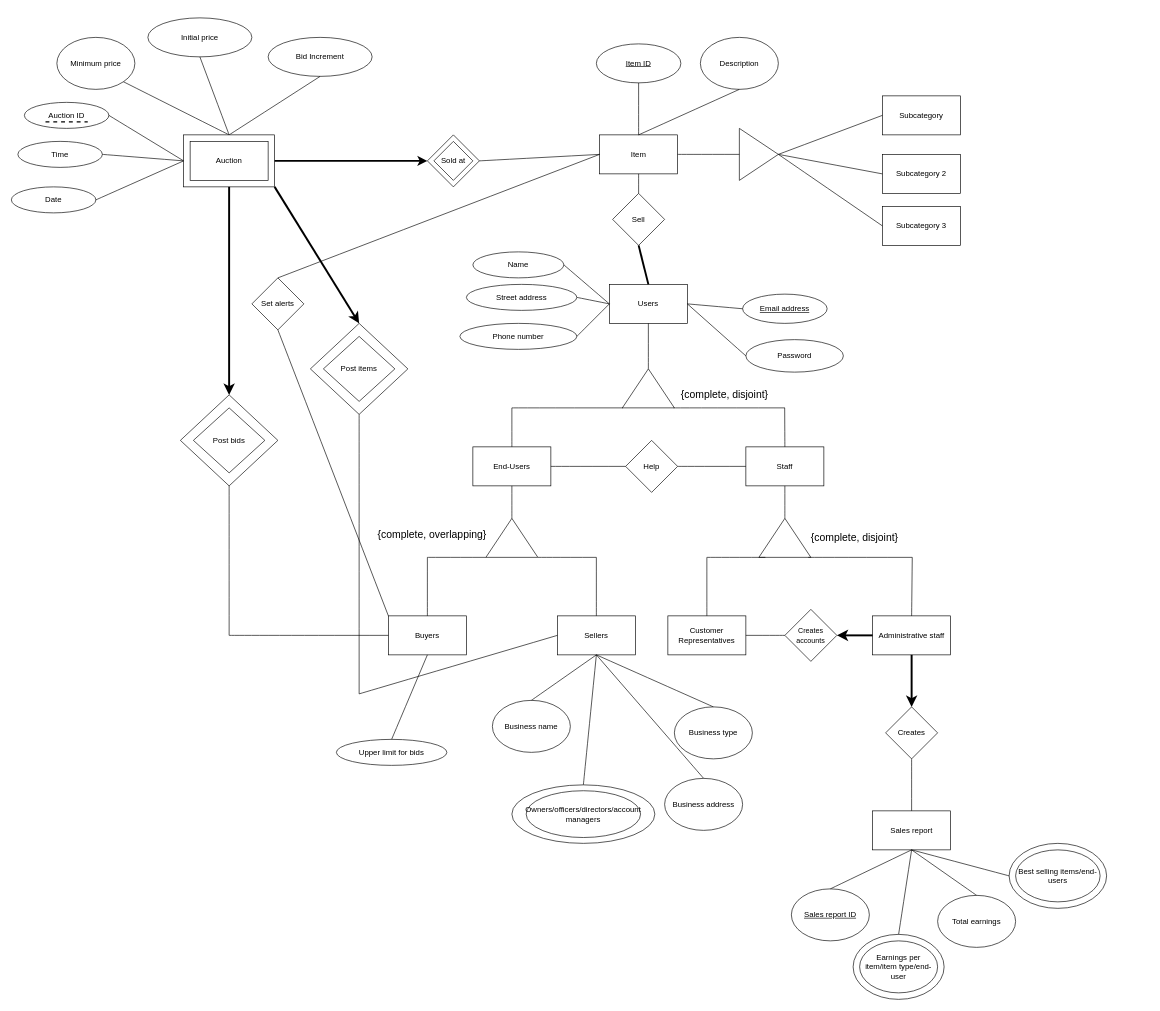
Earlier version of the draw.io diagram BuyMeERDiagram.drawio (JuanAracena/OnlineAuctionSystem). Source tidied: cells renumbered, new cells numbered last; positions are measured from the earlier drawing's top-left corner, leaving out a move shared by most shapes. Both pictures are drawn from the tidied source at 65%, with x=0, y=0 at pixel (11, 18).
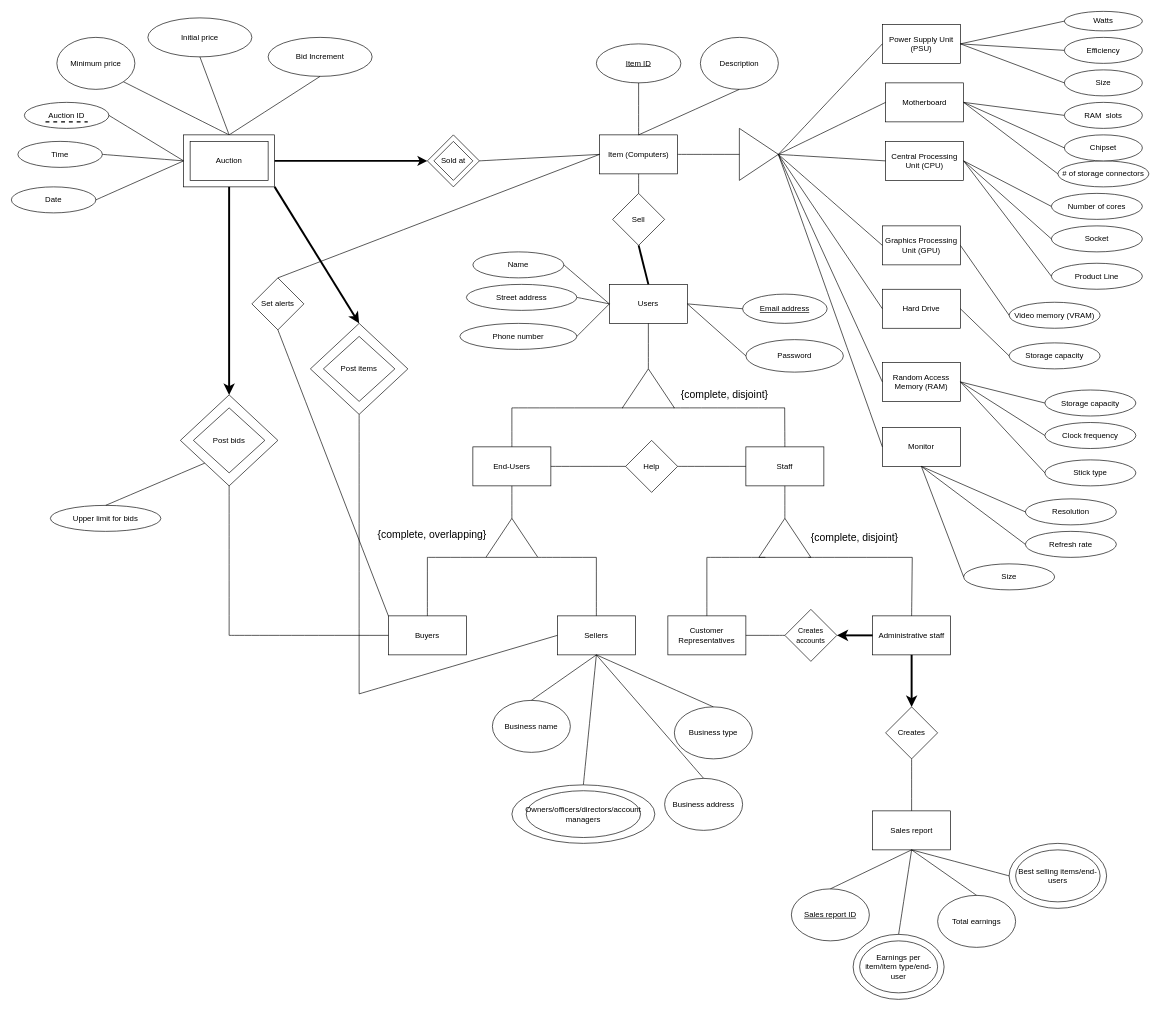
The same diagram, later.

Commit message:
Fixed upper limit attribute. Added item subcategories

Unchanged cells that the change refers to:
```xml
<mxCell id="8" value="Buyers" style="rounded=0;whiteSpace=wrap;html=1;" parent="1" vertex="1">
  <mxGeometry x="580" y="920" width="120" height="60" as="geometry" />
</mxCell>
<mxCell id="80" style="rhombus;whiteSpace=wrap;html=1;" parent="79" vertex="1">
  <mxGeometry width="150" height="140" as="geometry" />
</mxCell>
<mxCell id="118" style="triangle;whiteSpace=wrap;html=1;" parent="1" vertex="1">
  <mxGeometry x="1120" y="170" width="60" height="80" as="geometry" />
</mxCell>
```

Change to the diagram source:
```diff
@@
-    <mxCell id="30" value="Item" style="rounded=0;whiteSpace=wrap;html=1;" parent="1" vertex="1">
+    <mxCell id="30" value="Item (Computers)" style="rounded=0;whiteSpace=wrap;html=1;" parent="1" vertex="1">
       <mxGeometry x="905" y="180" width="120" height="60" as="geometry" />
     </mxCell>
@@
     <mxCell id="88" value="Upper limit for bids" style="ellipse;whiteSpace=wrap;html=1;" parent="1" vertex="1">
-      <mxGeometry x="500" y="1110" width="170" height="40" as="geometry" />
+      <mxGeometry x="60" y="750" width="170" height="40" as="geometry" />
     </mxCell>
-    <mxCell id="89" style="endArrow=none;html=1;rounded=0;fontSize=12;startSize=8;endSize=8;curved=1;exitX=0.5;exitY=0;exitDx=0;exitDy=0;entryX=0.5;entryY=1;entryDx=0;entryDy=0;" parent="1" edge="1" source="88" target="8">
+    <mxCell id="89" style="endArrow=none;html=1;rounded=0;fontSize=12;startSize=8;endSize=8;curved=1;exitX=0.5;exitY=0;exitDx=0;exitDy=0;entryX=0;entryY=1;entryDx=0;entryDy=0;" parent="1" edge="1" source="88" target="80">
       <mxGeometry relative="1" as="geometry" />
     </mxCell>
@@
-    <mxCell id="120" value="Subcategory" style="rounded=0;whiteSpace=wrap;html=1;" parent="1" vertex="1">
-      <mxGeometry x="1340" y="120" width="120" height="60" as="geometry" />
+    <mxCell id="120" value="Motherboard" style="rounded=0;whiteSpace=wrap;html=1;" parent="1" vertex="1">
+      <mxGeometry x="1345" y="100" width="120" height="60" as="geometry" />
     </mxCell>
-    <mxCell id="121" value="Subcategory 2" style="rounded=0;whiteSpace=wrap;html=1;" parent="1" vertex="1">
-      <mxGeometry x="1340" y="210" width="120" height="60" as="geometry" />
+    <mxCell id="121" value="Central Processing Unit (CPU)" style="rounded=0;whiteSpace=wrap;html=1;" parent="1" vertex="1">
+      <mxGeometry x="1345" y="190" width="120" height="60" as="geometry" />
     </mxCell>
-    <mxCell id="122" value="Subcategory 3" style="rounded=0;whiteSpace=wrap;html=1;" parent="1" vertex="1">
-      <mxGeometry x="1340" y="290" width="120" height="60" as="geometry" />
+    <mxCell id="122" value="Graphics Processing Unit (GPU)" style="rounded=0;whiteSpace=wrap;html=1;" parent="1" vertex="1">
+      <mxGeometry x="1340" y="320" width="120" height="60" as="geometry" />
     </mxCell>
@@
+    <mxCell id="126" value="Power Supply Unit (PSU)" style="rounded=0;whiteSpace=wrap;html=1;" parent="1" vertex="1">
+      <mxGeometry x="1340" y="10" width="120" height="60" as="geometry" />
+    </mxCell>
+    <mxCell id="127" style="endArrow=none;html=1;rounded=0;fontSize=12;startSize=8;endSize=8;curved=1;entryX=0;entryY=0.5;entryDx=0;entryDy=0;exitX=1;exitY=0.5;exitDx=0;exitDy=0;" parent="1" edge="1" source="118" target="126">
+      <mxGeometry relative="1" as="geometry" />
+    </mxCell>
+    <mxCell id="128" value="Monitor" style="rounded=0;whiteSpace=wrap;html=1;" parent="1" vertex="1">
+      <mxGeometry x="1340" y="630" width="120" height="60" as="geometry" />
+    </mxCell>
+    <mxCell id="129" style="endArrow=none;html=1;rounded=0;fontSize=12;startSize=8;endSize=8;curved=1;entryX=0;entryY=0.5;entryDx=0;entryDy=0;exitX=1;exitY=0.5;exitDx=0;exitDy=0;" parent="1" edge="1" source="118" target="128">
+      <mxGeometry relative="1" as="geometry" />
+    </mxCell>
+    <mxCell id="130" value="Hard Drive" style="rounded=0;whiteSpace=wrap;html=1;" parent="1" vertex="1">
+      <mxGeometry x="1340" y="417.5" width="120" height="60" as="geometry" />
+    </mxCell>
+    <mxCell id="131" style="endArrow=none;html=1;rounded=0;fontSize=12;startSize=8;endSize=8;curved=1;entryX=0;entryY=0.5;entryDx=0;entryDy=0;exitX=1;exitY=0.5;exitDx=0;exitDy=0;" parent="1" edge="1" source="118" target="130">
+      <mxGeometry relative="1" as="geometry" />
+    </mxCell>
+    <mxCell id="132" value="Random Access Memory (RAM)" style="rounded=0;whiteSpace=wrap;html=1;" parent="1" vertex="1">
+      <mxGeometry x="1340" y="530" width="120" height="60" as="geometry" />
+    </mxCell>
+    <mxCell id="133" style="endArrow=none;html=1;rounded=0;fontSize=12;startSize=8;endSize=8;curved=1;entryX=0;entryY=0.5;entryDx=0;entryDy=0;exitX=1;exitY=0.5;exitDx=0;exitDy=0;" parent="1" edge="1" source="118" target="132">
+      <mxGeometry relative="1" as="geometry" />
+    </mxCell>
+    <mxCell id="134" value="Watts" style="ellipse;whiteSpace=wrap;html=1;" parent="1" vertex="1">
+      <mxGeometry x="1620" y="-10" width="120" height="30" as="geometry" />
+    </mxCell>
+    <mxCell id="135" value="Efficiency" style="ellipse;whiteSpace=wrap;html=1;" parent="1" vertex="1">
+      <mxGeometry x="1620" y="30" width="120" height="40" as="geometry" />
+    </mxCell>
+    <mxCell id="136" value="Size" style="ellipse;whiteSpace=wrap;html=1;" parent="1" vertex="1">
+      <mxGeometry x="1620" y="80" width="120" height="40" as="geometry" />
+    </mxCell>
+    <mxCell id="137" style="endArrow=none;html=1;rounded=0;exitX=1;exitY=0.5;exitDx=0;exitDy=0;entryX=0;entryY=0.5;entryDx=0;entryDy=0;" parent="1" edge="1" source="126" target="134">
+      <mxGeometry relative="1" as="geometry" />
+    </mxCell>
+    <mxCell id="138" style="endArrow=none;html=1;rounded=0;exitX=1;exitY=0.5;exitDx=0;exitDy=0;entryX=0;entryY=0.5;entryDx=0;entryDy=0;" parent="1" edge="1" source="126" target="135">
+      <mxGeometry relative="1" as="geometry" />
+    </mxCell>
+    <mxCell id="139" style="endArrow=none;html=1;rounded=0;exitX=1;exitY=0.5;exitDx=0;exitDy=0;entryX=0;entryY=0.5;entryDx=0;entryDy=0;" parent="1" edge="1" source="126" target="136">
+      <mxGeometry relative="1" as="geometry" />
+    </mxCell>
+    <mxCell id="140" value="# of storage connectors" style="ellipse;whiteSpace=wrap;html=1;" parent="1" vertex="1">
+      <mxGeometry x="1610" y="220" width="140" height="40" as="geometry" />
+    </mxCell>
+    <mxCell id="141" value="RAM&amp;nbsp; slots" style="ellipse;whiteSpace=wrap;html=1;" parent="1" vertex="1">
+      <mxGeometry x="1620" y="130" width="120" height="40" as="geometry" />
+    </mxCell>
+    <mxCell id="142" value="Chipset" style="ellipse;whiteSpace=wrap;html=1;" parent="1" vertex="1">
+      <mxGeometry x="1620" y="180" width="120" height="40" as="geometry" />
+    </mxCell>
+    <mxCell id="143" style="endArrow=none;html=1;rounded=0;exitX=1;exitY=0.5;exitDx=0;exitDy=0;entryX=0;entryY=0.5;entryDx=0;entryDy=0;" parent="1" edge="1" source="120" target="141">
+      <mxGeometry relative="1" as="geometry" />
+    </mxCell>
+    <mxCell id="144" style="endArrow=none;html=1;rounded=0;exitX=1;exitY=0.5;exitDx=0;exitDy=0;entryX=0;entryY=0.5;entryDx=0;entryDy=0;" parent="1" edge="1" source="120" target="142">
+      <mxGeometry relative="1" as="geometry" />
+    </mxCell>
+    <mxCell id="145" style="endArrow=none;html=1;rounded=0;exitX=1;exitY=0.5;exitDx=0;exitDy=0;entryX=0;entryY=0.5;entryDx=0;entryDy=0;" parent="1" edge="1" source="120" target="140">
+      <mxGeometry relative="1" as="geometry" />
+    </mxCell>
+    <mxCell id="146" value="Number of cores" style="ellipse;whiteSpace=wrap;html=1;" parent="1" vertex="1">
+      <mxGeometry x="1600" y="270" width="140" height="40" as="geometry" />
+    </mxCell>
+    <mxCell id="147" value="Product Line" style="ellipse;whiteSpace=wrap;html=1;" parent="1" vertex="1">
+      <mxGeometry x="1600" y="377.5" width="140" height="40" as="geometry" />
+    </mxCell>
+    <mxCell id="148" value="Socket" style="ellipse;whiteSpace=wrap;html=1;" parent="1" vertex="1">
+      <mxGeometry x="1600" y="320" width="140" height="40" as="geometry" />
+    </mxCell>
+    <mxCell id="149" style="endArrow=none;html=1;rounded=0;exitX=1;exitY=0.5;exitDx=0;exitDy=0;entryX=0;entryY=0.5;entryDx=0;entryDy=0;" parent="1" edge="1" source="121" target="146">
+      <mxGeometry relative="1" as="geometry" />
+    </mxCell>
+    <mxCell id="150" style="endArrow=none;html=1;rounded=0;exitX=1;exitY=0.5;exitDx=0;exitDy=0;entryX=0;entryY=0.5;entryDx=0;entryDy=0;" parent="1" edge="1" source="121" target="148">
+      <mxGeometry relative="1" as="geometry" />
+    </mxCell>
+    <mxCell id="151" style="endArrow=none;html=1;rounded=0;exitX=1;exitY=0.5;exitDx=0;exitDy=0;entryX=0;entryY=0.5;entryDx=0;entryDy=0;" parent="1" edge="1" source="121" target="147">
+      <mxGeometry relative="1" as="geometry" />
+    </mxCell>
+    <mxCell id="152" value="Storage capacity" style="ellipse;whiteSpace=wrap;html=1;" parent="1" vertex="1">
+      <mxGeometry x="1535" y="500" width="140" height="40" as="geometry" />
+    </mxCell>
+    <mxCell id="153" value="Video memory (VRAM)" style="ellipse;whiteSpace=wrap;html=1;" parent="1" vertex="1">
+      <mxGeometry x="1535" y="437.5" width="140" height="40" as="geometry" />
+    </mxCell>
+    <mxCell id="154" value="Storage capacity" style="ellipse;whiteSpace=wrap;html=1;" parent="1" vertex="1">
+      <mxGeometry x="1590" y="572.5" width="140" height="40" as="geometry" />
+    </mxCell>
+    <mxCell id="155" value="Stick type" style="ellipse;whiteSpace=wrap;html=1;" parent="1" vertex="1">
+      <mxGeometry x="1590" y="680" width="140" height="40" as="geometry" />
+    </mxCell>
+    <mxCell id="156" value="Clock frequency" style="ellipse;whiteSpace=wrap;html=1;" parent="1" vertex="1">
+      <mxGeometry x="1590" y="622.5" width="140" height="40" as="geometry" />
+    </mxCell>
+    <mxCell id="157" style="endArrow=none;html=1;rounded=0;exitX=1;exitY=0.5;exitDx=0;exitDy=0;entryX=0;entryY=0.5;entryDx=0;entryDy=0;" parent="1" edge="1" source="130" target="152">
+      <mxGeometry relative="1" as="geometry" />
+    </mxCell>
+    <mxCell id="158" style="endArrow=none;html=1;rounded=0;exitX=1;exitY=0.5;exitDx=0;exitDy=0;entryX=0;entryY=0.5;entryDx=0;entryDy=0;" parent="1" edge="1" source="122" target="153">
+      <mxGeometry relative="1" as="geometry" />
+    </mxCell>
+    <mxCell id="159" style="endArrow=none;html=1;rounded=0;exitX=1;exitY=0.5;exitDx=0;exitDy=0;entryX=0;entryY=0.5;entryDx=0;entryDy=0;" parent="1" edge="1" source="132" target="154">
+      <mxGeometry relative="1" as="geometry" />
+    </mxCell>
+    <mxCell id="160" style="endArrow=none;html=1;rounded=0;exitX=1;exitY=0.5;exitDx=0;exitDy=0;entryX=0;entryY=0.5;entryDx=0;entryDy=0;" parent="1" edge="1" source="132" target="156">
+      <mxGeometry relative="1" as="geometry" />
+    </mxCell>
+    <mxCell id="161" style="endArrow=none;html=1;rounded=0;exitX=1;exitY=0.5;exitDx=0;exitDy=0;entryX=0;entryY=0.5;entryDx=0;entryDy=0;" parent="1" edge="1" source="132" target="155">
+      <mxGeometry relative="1" as="geometry" />
+    </mxCell>
+    <mxCell id="162" value="Refresh rate" style="ellipse;whiteSpace=wrap;html=1;" parent="1" vertex="1">
+      <mxGeometry x="1560" y="790" width="140" height="40" as="geometry" />
+    </mxCell>
+    <mxCell id="163" value="Size" style="ellipse;whiteSpace=wrap;html=1;" parent="1" vertex="1">
+      <mxGeometry x="1465" y="840" width="140" height="40" as="geometry" />
+    </mxCell>
+    <mxCell id="164" value="Resolution" style="ellipse;whiteSpace=wrap;html=1;" parent="1" vertex="1">
+      <mxGeometry x="1560" y="740" width="140" height="40" as="geometry" />
+    </mxCell>
+    <mxCell id="165" style="endArrow=none;html=1;rounded=0;exitX=0.5;exitY=1;exitDx=0;exitDy=0;entryX=0;entryY=0.5;entryDx=0;entryDy=0;" parent="1" edge="1" source="128" target="164">
+      <mxGeometry relative="1" as="geometry" />
+    </mxCell>
+    <mxCell id="166" style="endArrow=none;html=1;rounded=0;exitX=0.5;exitY=1;exitDx=0;exitDy=0;entryX=0;entryY=0.5;entryDx=0;entryDy=0;" parent="1" edge="1" source="128" target="163">
+      <mxGeometry relative="1" as="geometry" />
+    </mxCell>
+    <mxCell id="167" style="endArrow=none;html=1;rounded=0;exitX=0.5;exitY=1;exitDx=0;exitDy=0;entryX=0;entryY=0.5;entryDx=0;entryDy=0;" parent="1" edge="1" source="128" target="162">
+      <mxGeometry relative="1" as="geometry" />
+    </mxCell>
```
